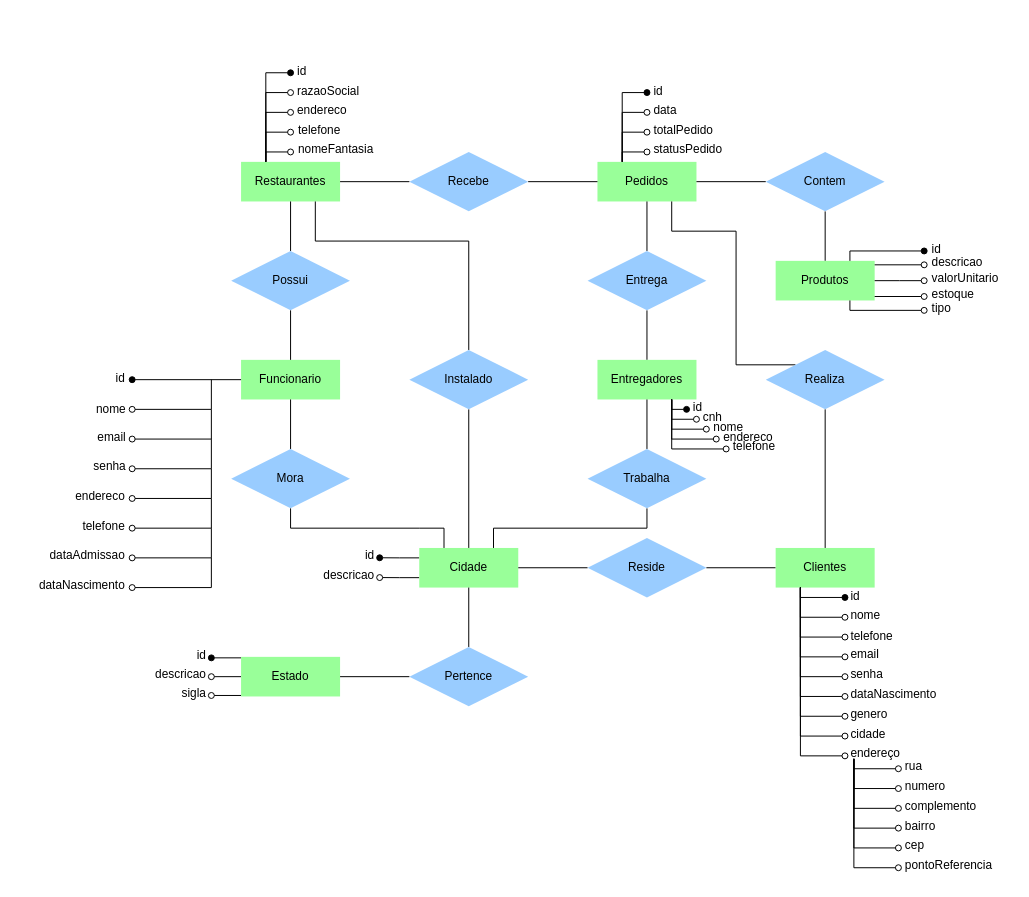
dnilomm/AnimeStore keeps this draw.io diagram as M.E.R.drawio. Above is the earlier version. Source tidied: cells renumbered, new cells numbered last; positions are measured from the earlier drawing's top-left corner, leaving out a move shared by most shapes. Both pictures are drawn from the tidied source at 99%, with x=0, y=0 at pixel (17, 56).
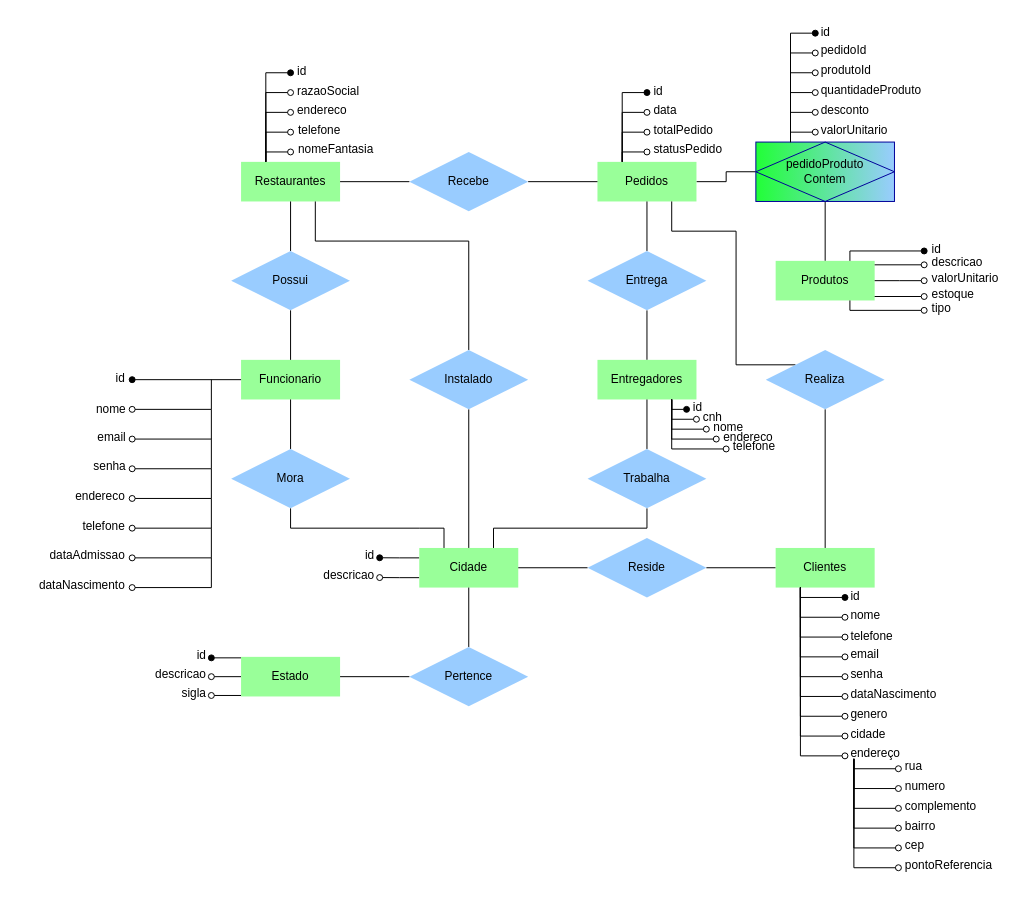
The same page after the edit.

Unchanged cells that the change refers to:
```xml
<mxCell id="18" value="Produtos" style="whiteSpace=wrap;html=1;align=center;strokeColor=none;fillColor=#99FF99;" parent="1" vertex="1">
  <mxGeometry x="766" y="206" width="100" height="40" as="geometry" />
</mxCell>
<mxCell id="19" value="Pedidos" style="whiteSpace=wrap;html=1;align=center;strokeColor=none;fillColor=#99FF99;" parent="1" vertex="1">
  <mxGeometry x="586" y="106" width="100" height="40" as="geometry" />
</mxCell>
```

Change to the diagram source:
```diff
@@
-    <mxCell id="17" style="edgeStyle=orthogonalEdgeStyle;rounded=0;jettySize=auto;html=1;exitX=0.5;exitY=0;exitDx=0;exitDy=0;entryX=0.5;entryY=1;entryDx=0;entryDy=0;endArrow=none;endFill=0;" parent="1" edge="1" source="18" target="21">
-      <mxGeometry relative="1" as="geometry" />
-    </mxCell>
+    <mxCell id="134" style="edgeStyle=orthogonalEdgeStyle;rounded=0;jettySize=auto;html=1;exitX=0.5;exitY=0;exitDx=0;exitDy=0;entryX=0.5;entryY=1;entryDx=0;entryDy=0;endArrow=none;endFill=0;" parent="1" edge="1" source="18" target="136">
+      <mxGeometry relative="1" as="geometry" />
+    </mxCell>
@@
+    <mxCell id="135" style="edgeStyle=orthogonalEdgeStyle;rounded=0;jettySize=auto;html=1;exitX=1;exitY=0.5;exitDx=0;exitDy=0;entryX=0;entryY=0.5;entryDx=0;entryDy=0;endArrow=none;endFill=0;" parent="1" edge="1" source="19" target="136">
+      <mxGeometry relative="1" as="geometry" />
+    </mxCell>
@@
-    <mxCell id="21" value="Contem" style="shape=rhombus;perimeter=rhombusPerimeter;whiteSpace=wrap;html=1;align=center;strokeColor=none;fillColor=#99CCFF;" parent="1" vertex="1">
-      <mxGeometry x="756" y="96" width="120" height="60" as="geometry" />
-    </mxCell>
@@
-    <mxCell id="44" style="endArrow=none;html=1;rounded=0;entryX=0;entryY=0.5;entryDx=0;entryDy=0;exitX=1;exitY=0.5;exitDx=0;exitDy=0;" parent="1" edge="1" source="19" target="21">
-      <mxGeometry relative="1" as="geometry" />
-    </mxCell>
@@
+    <mxCell id="136" value="pedidoProduto&lt;br&gt;Contem" style="shape=associativeEntity;whiteSpace=wrap;html=1;align=center;gradientColor=#99CCFF;fillColor=#21FF37;gradientDirection=east;strokeWidth=1;strokeColor=#000099;" parent="1" vertex="1">
+      <mxGeometry x="746" y="86" width="140" height="60" as="geometry" />
+    </mxCell>
+    <mxCell id="137" style="edgeStyle=orthogonalEdgeStyle;rounded=0;jettySize=auto;html=1;endArrow=oval;endFill=1;exitX=0.25;exitY=0;exitDx=0;exitDy=0;" parent="1" edge="1" source="136">
+      <mxGeometry relative="1" as="geometry">
+        <mxPoint x="806" y="-24" as="targetPoint" />
+        <Array as="points">
+          <mxPoint x="781" y="-24" />
+          <mxPoint x="806" y="-24" />
+        </Array>
+      </mxGeometry>
+    </mxCell>
+    <mxCell id="138" style="edgeStyle=orthogonalEdgeStyle;rounded=0;jettySize=auto;html=1;endArrow=oval;endFill=0;exitX=0.25;exitY=0;exitDx=0;exitDy=0;" parent="1" edge="1" source="136">
+      <mxGeometry relative="1" as="geometry">
+        <mxPoint x="806" y="-4" as="targetPoint" />
+        <Array as="points">
+          <mxPoint x="781" y="-4" />
+          <mxPoint x="806" y="-4" />
+        </Array>
+      </mxGeometry>
+    </mxCell>
+    <mxCell id="139" style="edgeStyle=orthogonalEdgeStyle;rounded=0;jettySize=auto;html=1;endArrow=oval;endFill=0;exitX=0.25;exitY=0;exitDx=0;exitDy=0;" parent="1" edge="1" source="136">
+      <mxGeometry relative="1" as="geometry">
+        <mxPoint x="806" y="16" as="targetPoint" />
+        <Array as="points">
+          <mxPoint x="781" y="16" />
+        </Array>
+      </mxGeometry>
+    </mxCell>
+    <mxCell id="140" style="edgeStyle=orthogonalEdgeStyle;rounded=0;jettySize=auto;html=1;endArrow=oval;endFill=0;exitX=0.25;exitY=0;exitDx=0;exitDy=0;" parent="1" edge="1" source="136">
+      <mxGeometry relative="1" as="geometry">
+        <mxPoint x="806" y="36" as="targetPoint" />
+        <Array as="points">
+          <mxPoint x="781" y="36" />
+          <mxPoint x="806" y="36" />
+        </Array>
+      </mxGeometry>
+    </mxCell>
+    <mxCell id="141" style="edgeStyle=orthogonalEdgeStyle;rounded=0;jettySize=auto;html=1;endArrow=oval;endFill=0;exitX=0.25;exitY=0;exitDx=0;exitDy=0;" parent="1" edge="1" source="136">
+      <mxGeometry relative="1" as="geometry">
+        <mxPoint x="806" y="56" as="targetPoint" />
+        <Array as="points">
+          <mxPoint x="781" y="56" />
+          <mxPoint x="806" y="56" />
+        </Array>
+      </mxGeometry>
+    </mxCell>
+    <mxCell id="142" style="edgeStyle=orthogonalEdgeStyle;rounded=0;jettySize=auto;html=1;endArrow=oval;endFill=0;exitX=0.25;exitY=0;exitDx=0;exitDy=0;" parent="1" edge="1" source="136">
+      <mxGeometry relative="1" as="geometry">
+        <mxPoint x="806" y="76" as="targetPoint" />
+        <Array as="points">
+          <mxPoint x="781" y="76" />
+          <mxPoint x="806" y="76" />
+        </Array>
+      </mxGeometry>
+    </mxCell>
+    <mxCell id="143" value="id" style="text;html=1;align=left;verticalAlign=middle;strokeColor=none;fillColor=none;" parent="1" vertex="1">
+      <mxGeometry x="810" y="-40" width="30" height="30" as="geometry" />
+    </mxCell>
+    <mxCell id="144" value="pedidoId" style="text;html=1;align=left;verticalAlign=middle;strokeColor=none;fillColor=none;" parent="1" vertex="1">
+      <mxGeometry x="810" y="-21" width="70" height="30" as="geometry" />
+    </mxCell>
+    <mxCell id="145" value="produtoId" style="text;html=1;align=left;verticalAlign=middle;strokeColor=none;fillColor=none;" parent="1" vertex="1">
+      <mxGeometry x="810" y="-1" width="80" height="30" as="geometry" />
+    </mxCell>
+    <mxCell id="146" value="quantidadeProduto" style="text;html=1;align=left;verticalAlign=middle;strokeColor=none;fillColor=none;" parent="1" vertex="1">
+      <mxGeometry x="810" y="19" width="130" height="30" as="geometry" />
+    </mxCell>
+    <mxCell id="147" value="&lt;div align=&quot;left&quot;&gt;desconto&lt;/div&gt;" style="text;html=1;align=left;verticalAlign=middle;strokeColor=none;fillColor=none;" parent="1" vertex="1">
+      <mxGeometry x="810" y="39" width="70" height="30" as="geometry" />
+    </mxCell>
+    <mxCell id="148" value="valorUnitario" style="text;html=1;align=left;verticalAlign=middle;strokeColor=none;fillColor=none;" parent="1" vertex="1">
+      <mxGeometry x="810" y="59" width="90" height="30" as="geometry" />
+    </mxCell>
```
